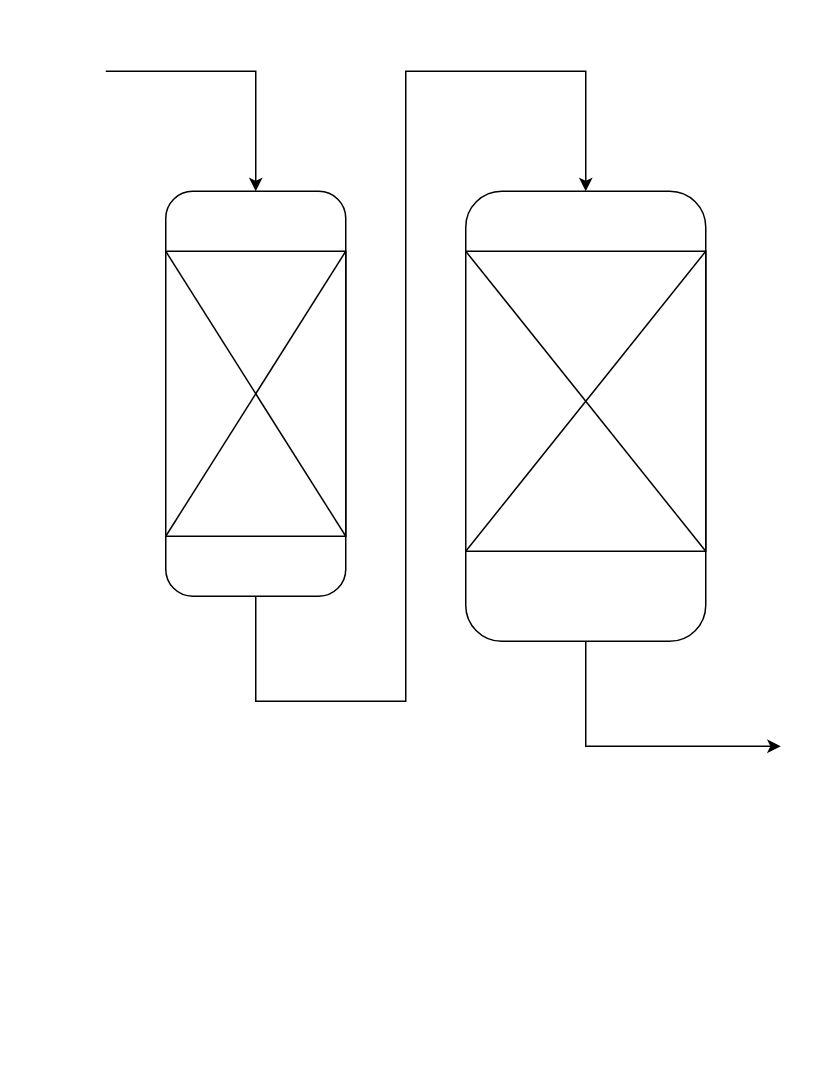
VChuzlov/Python_for_CE keeps this draw.io diagram as ЛБ/Диаграмма без названия.drawio. Above is the earlier version. Source tidied: cells renumbered, new cells numbered last; positions are measured from the earlier drawing's top-left corner, leaving out a move shared by most shapes. Both pictures are drawn from the tidied source at 150%, with x=0, y=0 at pixel (105, 70).
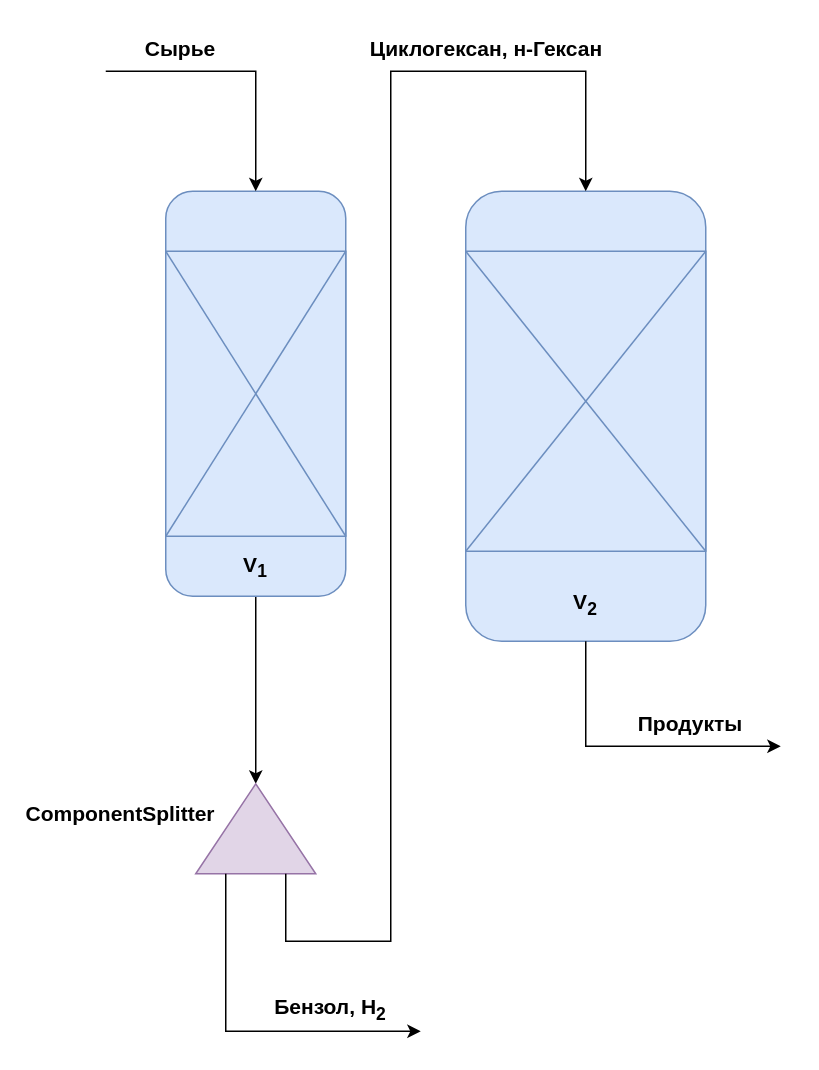
The same diagram, later.

Change to the diagram source:
```diff
@@
+    <mxCell id="14" style="edgeStyle=orthogonalEdgeStyle;rounded=0;jettySize=auto;html=1;entryX=1;entryY=0.5;entryDx=0;entryDy=0;" parent="1" edge="1" source="2" target="19">
+      <mxGeometry relative="1" as="geometry" />
+    </mxCell>
-    <mxCell id="2" style="rounded=1;whiteSpace=wrap;html=1;" parent="1" vertex="1">
+    <mxCell id="2" style="rounded=1;whiteSpace=wrap;html=1;fillColor=#dae8fc;strokeColor=#6c8ebf;" parent="1" vertex="1">
       <mxGeometry x="40" y="80" width="120" height="270" as="geometry" />
     </mxCell>
-    <mxCell id="3" style="rounded=0;whiteSpace=wrap;html=1;" parent="1" vertex="1">
+    <mxCell id="3" style="rounded=0;whiteSpace=wrap;html=1;fillColor=#dae8fc;strokeColor=#6c8ebf;" parent="1" vertex="1">
       <mxGeometry x="40" y="120" width="120" height="190" as="geometry" />
     </mxCell>
-    <mxCell id="4" style="endArrow=none;html=1;rounded=0;entryX=0;entryY=0;entryDx=0;entryDy=0;exitX=1;exitY=1;exitDx=0;exitDy=0;" parent="1" edge="1" source="3" target="3">
+    <mxCell id="4" style="endArrow=none;html=1;rounded=0;entryX=0;entryY=0;entryDx=0;entryDy=0;exitX=1;exitY=1;exitDx=0;exitDy=0;fillColor=#dae8fc;strokeColor=#6c8ebf;" parent="1" edge="1" source="3" target="3">
       <mxGeometry relative="1" as="geometry" />
     </mxCell>
-    <mxCell id="5" style="endArrow=none;html=1;rounded=0;entryX=1;entryY=0;entryDx=0;entryDy=0;exitX=0;exitY=1;exitDx=0;exitDy=0;" parent="1" edge="1" source="3" target="3">
+    <mxCell id="5" style="endArrow=none;html=1;rounded=0;entryX=1;entryY=0;entryDx=0;entryDy=0;exitX=0;exitY=1;exitDx=0;exitDy=0;fillColor=#dae8fc;strokeColor=#6c8ebf;" parent="1" edge="1" source="3" target="3">
       <mxGeometry relative="1" as="geometry" />
     </mxCell>
-    <mxCell id="6" style="rounded=1;whiteSpace=wrap;html=1;" parent="1" vertex="1">
+    <mxCell id="6" style="rounded=1;whiteSpace=wrap;html=1;fillColor=#dae8fc;strokeColor=#6c8ebf;" parent="1" vertex="1">
       <mxGeometry x="240" y="80" width="160" height="300" as="geometry" />
     </mxCell>
-    <mxCell id="7" style="rounded=0;whiteSpace=wrap;html=1;" parent="1" vertex="1">
+    <mxCell id="7" style="rounded=0;whiteSpace=wrap;html=1;fillColor=#dae8fc;strokeColor=#6c8ebf;" parent="1" vertex="1">
       <mxGeometry x="240" y="120" width="160" height="200" as="geometry" />
     </mxCell>
@@
-    <mxCell id="9" style="endArrow=none;html=1;rounded=0;entryX=1;entryY=0;entryDx=0;entryDy=0;exitX=0;exitY=1;exitDx=0;exitDy=0;" parent="1" edge="1" source="7" target="7">
+    <mxCell id="9" style="endArrow=none;html=1;rounded=0;entryX=1;entryY=0;entryDx=0;entryDy=0;exitX=0;exitY=1;exitDx=0;exitDy=0;fillColor=#dae8fc;strokeColor=#6c8ebf;" parent="1" edge="1" source="7" target="7">
       <mxGeometry relative="1" as="geometry" />
     </mxCell>
-    <mxCell id="10" style="endArrow=none;html=1;rounded=0;entryX=0;entryY=0;entryDx=0;entryDy=0;exitX=1;exitY=1;exitDx=0;exitDy=0;" parent="1" edge="1" source="7" target="7">
+    <mxCell id="10" style="endArrow=none;html=1;rounded=0;entryX=0;entryY=0;entryDx=0;entryDy=0;exitX=1;exitY=1;exitDx=0;exitDy=0;fillColor=#dae8fc;strokeColor=#6c8ebf;" parent="1" edge="1" source="7" target="7">
       <mxGeometry relative="1" as="geometry" />
     </mxCell>
@@
-    <mxCell id="12" style="endArrow=classic;html=1;rounded=0;entryX=0.5;entryY=0;entryDx=0;entryDy=0;" parent="1" edge="1" target="6">
-      <mxGeometry relative="1" as="geometry">
-        <mxPoint x="100" y="350" as="sourcePoint" />
-        <Array as="points">
-          <mxPoint x="100" y="350" />
-          <mxPoint x="100" y="420" />
-          <mxPoint x="200" y="420" />
-          <mxPoint x="200" />
-          <mxPoint x="320" />
-        </Array>
-      </mxGeometry>
-    </mxCell>
@@
+    <mxCell id="15" value="&lt;font style=&quot;font-size: 14px;&quot;&gt;V&lt;sub&gt;1&lt;/sub&gt;&lt;/font&gt;" style="text;strokeColor=none;align=center;fillColor=none;html=1;verticalAlign=middle;whiteSpace=wrap;rounded=0;fontStyle=1;" parent="1" vertex="1">
+      <mxGeometry x="70" y="315" width="60" height="30" as="geometry" />
+    </mxCell>
+    <mxCell id="16" value="&lt;font style=&quot;font-size: 14px;&quot;&gt;V&lt;sub&gt;2&lt;/sub&gt;&lt;/font&gt;" style="text;strokeColor=none;align=center;fillColor=none;html=1;verticalAlign=middle;whiteSpace=wrap;rounded=0;fontStyle=1;" parent="1" vertex="1">
+      <mxGeometry x="290" y="340" width="60" height="30" as="geometry" />
+    </mxCell>
+    <mxCell id="17" value="&lt;span style=&quot;font-size: 14px;&quot;&gt;Сырье&lt;/span&gt;" style="text;strokeColor=none;align=center;fillColor=none;html=1;verticalAlign=middle;whiteSpace=wrap;rounded=0;fontStyle=1;" parent="1" vertex="1">
+      <mxGeometry x="20" y="-30" width="60" height="30" as="geometry" />
+    </mxCell>
+    <mxCell id="18" value="&lt;span style=&quot;font-size: 14px;&quot;&gt;Продукты&lt;/span&gt;" style="text;strokeColor=none;align=center;fillColor=none;html=1;verticalAlign=middle;whiteSpace=wrap;rounded=0;fontStyle=1;" parent="1" vertex="1">
+      <mxGeometry x="360" y="420" width="60" height="30" as="geometry" />
+    </mxCell>
+    <mxCell id="19" style="triangle;whiteSpace=wrap;html=1;rotation=-90;fillColor=#e1d5e7;strokeColor=#9673a6;" parent="1" vertex="1">
+      <mxGeometry x="70" y="465" width="60" height="80" as="geometry" />
+    </mxCell>
+    <mxCell id="20" style="edgeStyle=orthogonalEdgeStyle;rounded=0;jettySize=auto;html=1;entryX=0.5;entryY=0;entryDx=0;entryDy=0;exitX=0;exitY=0.75;exitDx=0;exitDy=0;" parent="1" edge="1" source="19" target="6">
+      <mxGeometry relative="1" as="geometry">
+        <Array as="points">
+          <mxPoint x="120" y="580" />
+          <mxPoint x="190" y="580" />
+          <mxPoint x="190" />
+          <mxPoint x="320" />
+        </Array>
+      </mxGeometry>
+    </mxCell>
+    <mxCell id="21" style="endArrow=classic;html=1;rounded=0;exitX=0;exitY=0.25;exitDx=0;exitDy=0;" parent="1" edge="1" source="19">
+      <mxGeometry relative="1" as="geometry">
+        <mxPoint x="210" y="640" as="targetPoint" />
+        <Array as="points">
+          <mxPoint x="80" y="640" />
+        </Array>
+      </mxGeometry>
+    </mxCell>
+    <mxCell id="22" value="&lt;span style=&quot;font-size: 14px;&quot;&gt;Бензол, Н&lt;sub&gt;2&lt;/sub&gt;&lt;/span&gt;" style="text;strokeColor=none;align=center;fillColor=none;html=1;verticalAlign=middle;whiteSpace=wrap;rounded=0;fontStyle=1;" parent="1" vertex="1">
+      <mxGeometry x="110" y="610" width="80" height="30" as="geometry" />
+    </mxCell>
+    <mxCell id="23" value="&lt;span style=&quot;font-size: 14px;&quot;&gt;Циклогексан, н-Гексан&lt;/span&gt;" style="text;strokeColor=none;align=center;fillColor=none;html=1;verticalAlign=middle;whiteSpace=wrap;rounded=0;fontStyle=1;" parent="1" vertex="1">
+      <mxGeometry x="174" y="-30" width="160" height="30" as="geometry" />
+    </mxCell>
+    <mxCell id="24" value="&lt;span style=&quot;font-size: 14px;&quot;&gt;ComponentSplitter&lt;/span&gt;" style="text;strokeColor=none;align=center;fillColor=none;html=1;verticalAlign=middle;whiteSpace=wrap;rounded=0;fontStyle=1;" parent="1" vertex="1">
+      <mxGeometry x="-50" y="480" width="120" height="30" as="geometry" />
+    </mxCell>
```
